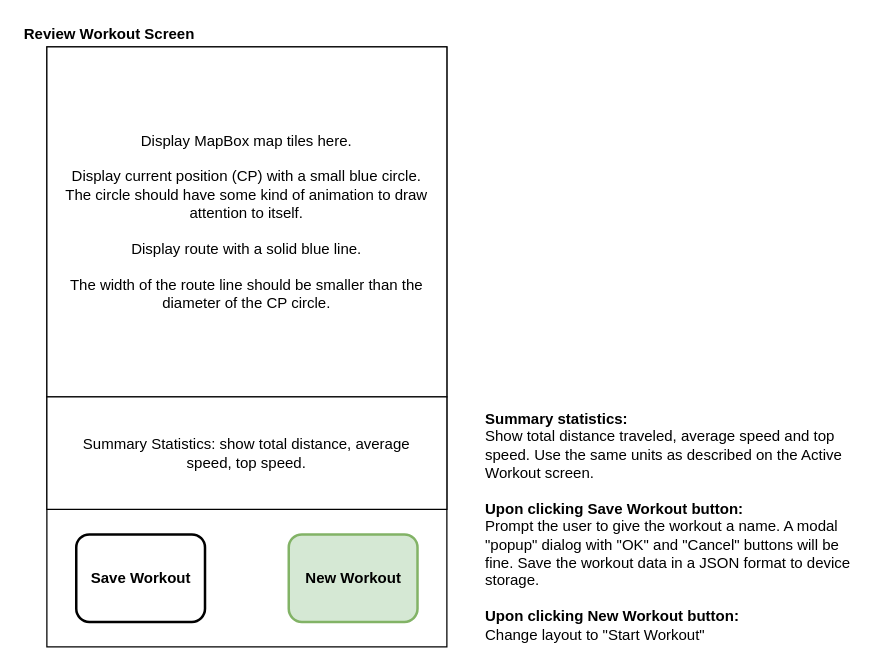
cobbzilla/vastra-ios keeps this draw.io diagram as design/ui-specs/04-review-workout.drawio. Above is the earlier version. Source tidied: cells renumbered, new cells numbered last; positions are measured from the earlier drawing's top-left corner, leaving out a move shared by most shapes. Both pictures are drawn from the tidied source at 125%, with x=0, y=0 at pixel (21, 21).
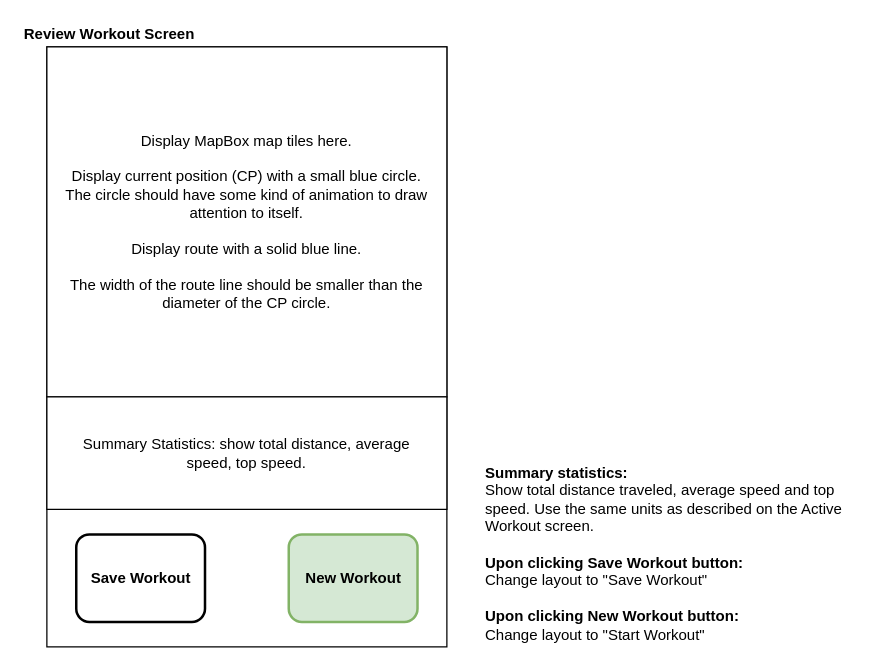
The same diagram, later.

Commit message (it also covers changes not shown here):
screen updates, save route

Diff of the diagram source:
```diff
@@
 <mxGraphModel>
   <root>
     <mxCell id="0" />
     <mxCell id="1" parent="0" />
     <mxCell id="2" value="Review Workout Screen" style="text;html=1;strokeColor=none;fillColor=none;align=left;verticalAlign=middle;whiteSpace=wrap;rounded=0;fontStyle=1;" parent="1" vertex="1">
       <mxGeometry width="230" height="20" as="geometry" />
     </mxCell>
     <mxCell id="3" style="rounded=0;whiteSpace=wrap;html=1;" parent="1" vertex="1">
       <mxGeometry x="20" y="20" width="320" height="480" as="geometry" />
     </mxCell>
     <mxCell id="4" value="Display MapBox map tiles here.&lt;br&gt;&lt;br&gt;Display current position (CP) with a small blue circle. The circle should have some kind of animation to draw attention to itself.&lt;br&gt;&lt;br&gt;Display route with a solid blue line.&lt;br&gt;&lt;br&gt;The width of the route line should be smaller than the diameter of the CP circle.&lt;br&gt;" style="rounded=0;whiteSpace=wrap;html=1;spacingLeft=10;spacingRight=10;" parent="1" vertex="1">
       <mxGeometry x="20" y="20" width="320" height="280" as="geometry" />
     </mxCell>
     <mxCell id="5" value="New Workout" style="rounded=1;whiteSpace=wrap;html=1;strokeWidth=2;perimeterSpacing=0;fillColor=#d5e8d4;strokeColor=#82b366;fontStyle=1;" parent="1" vertex="1">
       <mxGeometry x="213.5" y="410" width="103" height="70" as="geometry" />
     </mxCell>
-    <mxCell id="6" value="&lt;div style=&quot;text-align: left&quot;&gt;&lt;b&gt;Summary statistics:&lt;/b&gt;&lt;/div&gt;&lt;div style=&quot;text-align: left&quot;&gt;Show total distance traveled, average speed and top speed. Use the same units as described on the Active Workout screen.&lt;/div&gt;&lt;div style=&quot;text-align: left&quot;&gt;&lt;br&gt;&lt;/div&gt;&lt;div style=&quot;text-align: left&quot;&gt;&lt;b&gt;Upon clicking Save Workout button:&lt;/b&gt;&lt;/div&gt;&lt;div style=&quot;text-align: left&quot;&gt;Prompt the user to give the workout a name. A modal &quot;popup&quot; dialog with &quot;OK&quot; and &quot;Cancel&quot; buttons will be fine. Save the workout data in a JSON format to device storage.&lt;/div&gt;&lt;div style=&quot;text-align: left&quot;&gt;&lt;br&gt;&lt;/div&gt;&lt;div style=&quot;text-align: left&quot;&gt;&lt;b&gt;Upon clicking New Workout button:&lt;/b&gt;&lt;/div&gt;&lt;div style=&quot;text-align: left&quot;&gt;Change layout to &quot;Start Workout&quot;&lt;/div&gt;" style="text;html=1;strokeColor=none;fillColor=none;align=center;verticalAlign=bottom;whiteSpace=wrap;rounded=0;" parent="1" vertex="1">
+    <mxCell id="6" value="&lt;div style=&quot;text-align: left&quot;&gt;&lt;b&gt;Summary statistics:&lt;/b&gt;&lt;/div&gt;&lt;div style=&quot;text-align: left&quot;&gt;Show total distance traveled, average speed and top speed. Use the same units as described on the Active Workout screen.&lt;/div&gt;&lt;div style=&quot;text-align: left&quot;&gt;&lt;br&gt;&lt;/div&gt;&lt;div style=&quot;text-align: left&quot;&gt;&lt;b&gt;Upon clicking Save Workout button:&lt;/b&gt;&lt;/div&gt;&lt;div style=&quot;text-align: left&quot;&gt;Change layout to &quot;Save Workout&quot;&lt;/div&gt;&lt;div style=&quot;text-align: left&quot;&gt;&lt;br&gt;&lt;/div&gt;&lt;div style=&quot;text-align: left&quot;&gt;&lt;b&gt;Upon clicking New Workout button:&lt;/b&gt;&lt;/div&gt;&lt;div style=&quot;text-align: left&quot;&gt;Change layout to &quot;Start Workout&quot;&lt;/div&gt;" style="text;html=1;strokeColor=none;fillColor=none;align=center;verticalAlign=bottom;whiteSpace=wrap;rounded=0;" parent="1" vertex="1">
       <mxGeometry x="370" y="230" width="310" height="270" as="geometry" />
     </mxCell>
     <mxCell id="7" value="Save Workout" style="rounded=1;whiteSpace=wrap;html=1;strokeWidth=2;perimeterSpacing=0;fontStyle=1;" parent="1" vertex="1">
       <mxGeometry x="43.5" y="410" width="103" height="70" as="geometry" />
     </mxCell>
     <mxCell id="8" value="Summary Statistics: show total distance, average speed, top speed.&lt;br&gt;" style="rounded=0;whiteSpace=wrap;html=1;spacingLeft=10;spacingRight=10;" parent="1" vertex="1">
       <mxGeometry x="20" y="300" width="320" height="90" as="geometry" />
     </mxCell>
   </root>
 </mxGraphModel>
```
